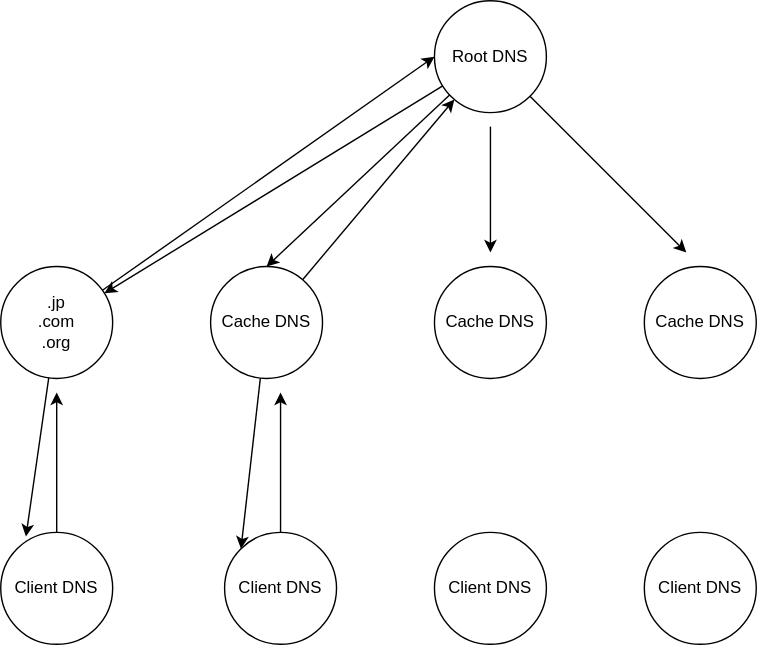
Yoshiki217/Linux_prctice keeps this draw.io diagram as 202410/route_dns.drawio.svg. Above is the earlier version. Source tidied: cells renumbered, new cells last; positions are measured from the earlier drawing's top-left corner, leaving out a move shared by most shapes. Source of this version:
```xml
<mxGraphModel>
  <root>
    <mxCell id="0" />
    <mxCell id="1" parent="0" />
    <mxCell id="2" style="edgeStyle=none;html=1;" parent="1" edge="1">
      <mxGeometry relative="1" as="geometry">
        <mxPoint x="350" y="90" as="sourcePoint" />
        <mxPoint x="350" y="180" as="targetPoint" />
      </mxGeometry>
    </mxCell>
    <mxCell id="3" style="edgeStyle=none;html=1;entryX=0.5;entryY=0;entryDx=0;entryDy=0;" parent="1" edge="1" source="6" target="10">
      <mxGeometry relative="1" as="geometry" />
    </mxCell>
    <mxCell id="4" style="edgeStyle=none;html=1;" parent="1" edge="1" source="6">
      <mxGeometry relative="1" as="geometry">
        <mxPoint x="490" y="180" as="targetPoint" />
      </mxGeometry>
    </mxCell>
    <mxCell id="5" style="edgeStyle=none;html=1;" parent="1" edge="1" source="6" target="18">
      <mxGeometry relative="1" as="geometry" />
    </mxCell>
    <mxCell id="6" value="Root DNS" style="ellipse;whiteSpace=wrap;html=1;" parent="1" vertex="1">
      <mxGeometry x="310" width="80" height="80" as="geometry" />
    </mxCell>
    <mxCell id="7" value="Cache DNS" style="ellipse;whiteSpace=wrap;html=1;" parent="1" vertex="1">
      <mxGeometry x="310" y="190" width="80" height="80" as="geometry" />
    </mxCell>
    <mxCell id="8" style="edgeStyle=none;html=1;entryX=0;entryY=0;entryDx=0;entryDy=0;" parent="1" edge="1" source="10" target="13">
      <mxGeometry relative="1" as="geometry" />
    </mxCell>
    <mxCell id="9" style="edgeStyle=none;html=1;" parent="1" edge="1" source="10" target="6">
      <mxGeometry relative="1" as="geometry" />
    </mxCell>
    <mxCell id="10" value="Cache DNS" style="ellipse;whiteSpace=wrap;html=1;" parent="1" vertex="1">
      <mxGeometry x="150" y="190" width="80" height="80" as="geometry" />
    </mxCell>
    <mxCell id="11" value="Cache DNS" style="ellipse;whiteSpace=wrap;html=1;" parent="1" vertex="1">
      <mxGeometry x="460" y="190" width="80" height="80" as="geometry" />
    </mxCell>
    <mxCell id="12" style="edgeStyle=none;html=1;" parent="1" edge="1" source="13">
      <mxGeometry relative="1" as="geometry">
        <mxPoint x="200" y="280" as="targetPoint" />
      </mxGeometry>
    </mxCell>
    <mxCell id="13" value="Client DNS" style="ellipse;whiteSpace=wrap;html=1;" parent="1" vertex="1">
      <mxGeometry x="160" y="380" width="80" height="80" as="geometry" />
    </mxCell>
    <mxCell id="14" value="Client DNS" style="ellipse;whiteSpace=wrap;html=1;" parent="1" vertex="1">
      <mxGeometry x="310" y="380" width="80" height="80" as="geometry" />
    </mxCell>
    <mxCell id="15" value="Client DNS" style="ellipse;whiteSpace=wrap;html=1;" parent="1" vertex="1">
      <mxGeometry x="460" y="380" width="80" height="80" as="geometry" />
    </mxCell>
    <mxCell id="16" style="edgeStyle=none;html=1;entryX=0.225;entryY=0.038;entryDx=0;entryDy=0;entryPerimeter=0;" parent="1" edge="1" source="18" target="20">
      <mxGeometry relative="1" as="geometry" />
    </mxCell>
    <mxCell id="17" style="edgeStyle=none;html=1;entryX=0;entryY=0.5;entryDx=0;entryDy=0;" parent="1" edge="1" source="18" target="6">
      <mxGeometry relative="1" as="geometry" />
    </mxCell>
    <mxCell id="18" value=".jp&amp;nbsp;&lt;br&gt;.com&lt;br&gt;.org" style="ellipse;whiteSpace=wrap;html=1;" parent="1" vertex="1">
      <mxGeometry y="190" width="80" height="80" as="geometry" />
    </mxCell>
    <mxCell id="19" style="edgeStyle=none;html=1;" parent="1" edge="1" source="20">
      <mxGeometry relative="1" as="geometry">
        <mxPoint x="40" y="280" as="targetPoint" />
      </mxGeometry>
    </mxCell>
    <mxCell id="20" value="Client DNS" style="ellipse;whiteSpace=wrap;html=1;" parent="1" vertex="1">
      <mxGeometry y="380" width="80" height="80" as="geometry" />
    </mxCell>
  </root>
</mxGraphModel>
```
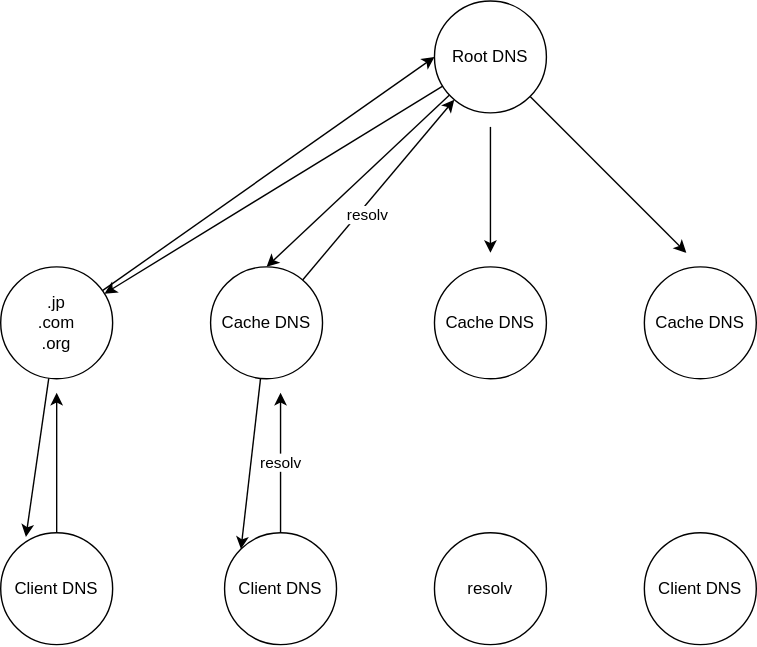
After the change.

Commit message:
little bit fixroute_dns,drawio

What changed in the source:
```diff
@@ -31,6 +31,9 @@
     <mxCell id="9" style="edgeStyle=none;html=1;" parent="1" edge="1" source="10" target="6">
       <mxGeometry relative="1" as="geometry" />
     </mxCell>
+    <mxCell id="21" value="resolv" style="edgeLabel;html=1;align=center;verticalAlign=middle;" parent="9" vertex="1">
+      <mxGeometry x="-0.23" y="-5" relative="1" as="geometry" />
+    </mxCell>
     <mxCell id="10" value="Cache DNS" style="ellipse;whiteSpace=wrap;html=1;" parent="1" vertex="1">
       <mxGeometry x="150" y="190" width="80" height="80" as="geometry" />
     </mxCell>
@@ -42,10 +45,15 @@
         <mxPoint x="200" y="280" as="targetPoint" />
       </mxGeometry>
     </mxCell>
+    <mxCell id="22" value="resolv" style="edgeLabel;html=1;align=center;verticalAlign=middle;" parent="12" vertex="1">
+      <mxGeometry x="-0.24" y="3" relative="1" as="geometry">
+        <mxPoint x="3" y="-12" as="offset" />
+      </mxGeometry>
+    </mxCell>
     <mxCell id="13" value="Client DNS" style="ellipse;whiteSpace=wrap;html=1;" parent="1" vertex="1">
       <mxGeometry x="160" y="380" width="80" height="80" as="geometry" />
     </mxCell>
-    <mxCell id="14" value="Client DNS" style="ellipse;whiteSpace=wrap;html=1;" parent="1" vertex="1">
+    <mxCell id="14" value="resolv" style="ellipse;whiteSpace=wrap;html=1;" parent="1" vertex="1">
       <mxGeometry x="310" y="380" width="80" height="80" as="geometry" />
     </mxCell>
     <mxCell id="15" value="Client DNS" style="ellipse;whiteSpace=wrap;html=1;" parent="1" vertex="1">
```
